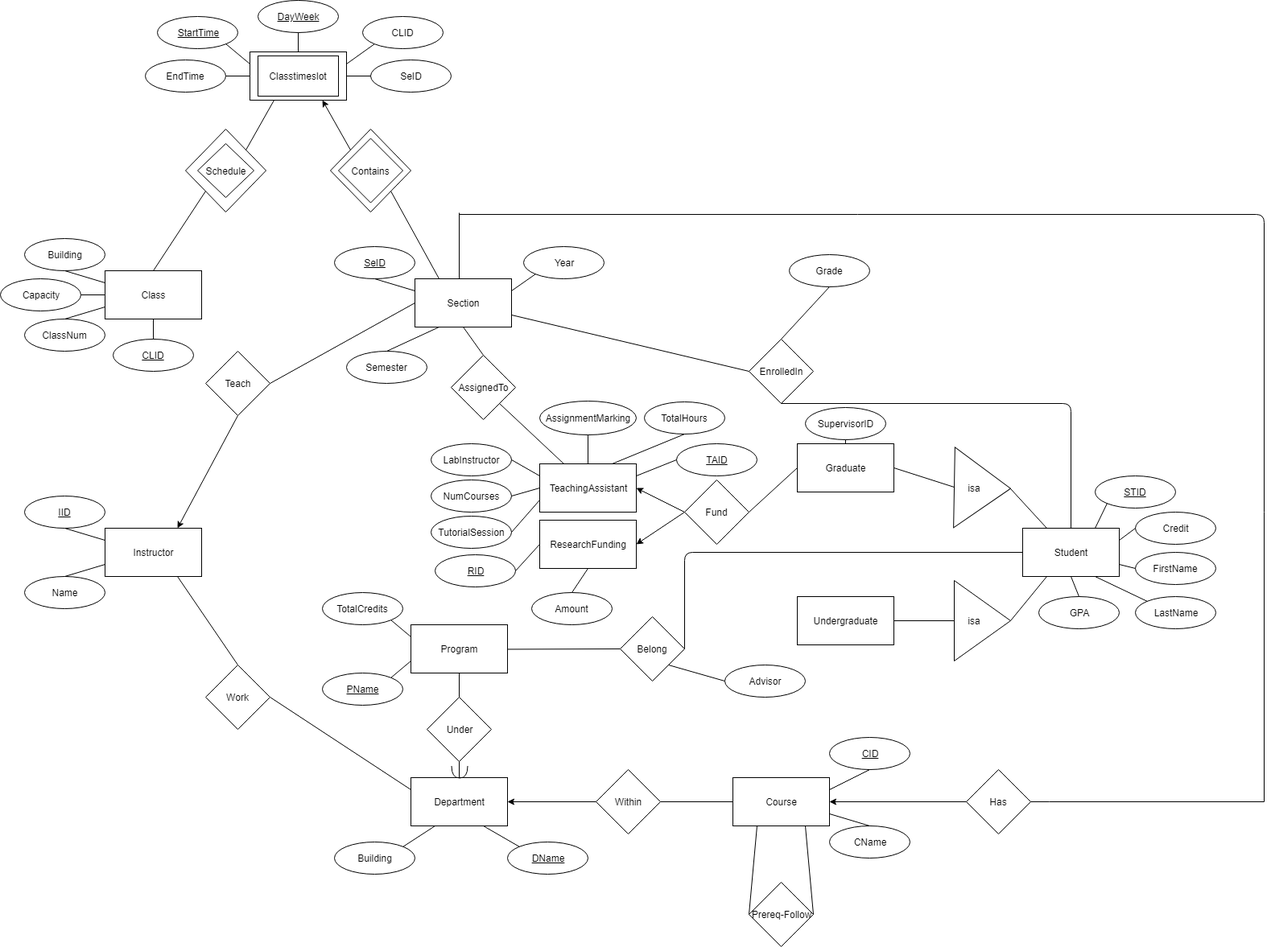
Above: database/Final_Diagram.png in DPigeon/University-Database (draw.io), before the change. Source tidied: cells renumbered, new cells last; positions are measured from the earlier drawing's top-left corner, leaving out a move shared by most shapes.
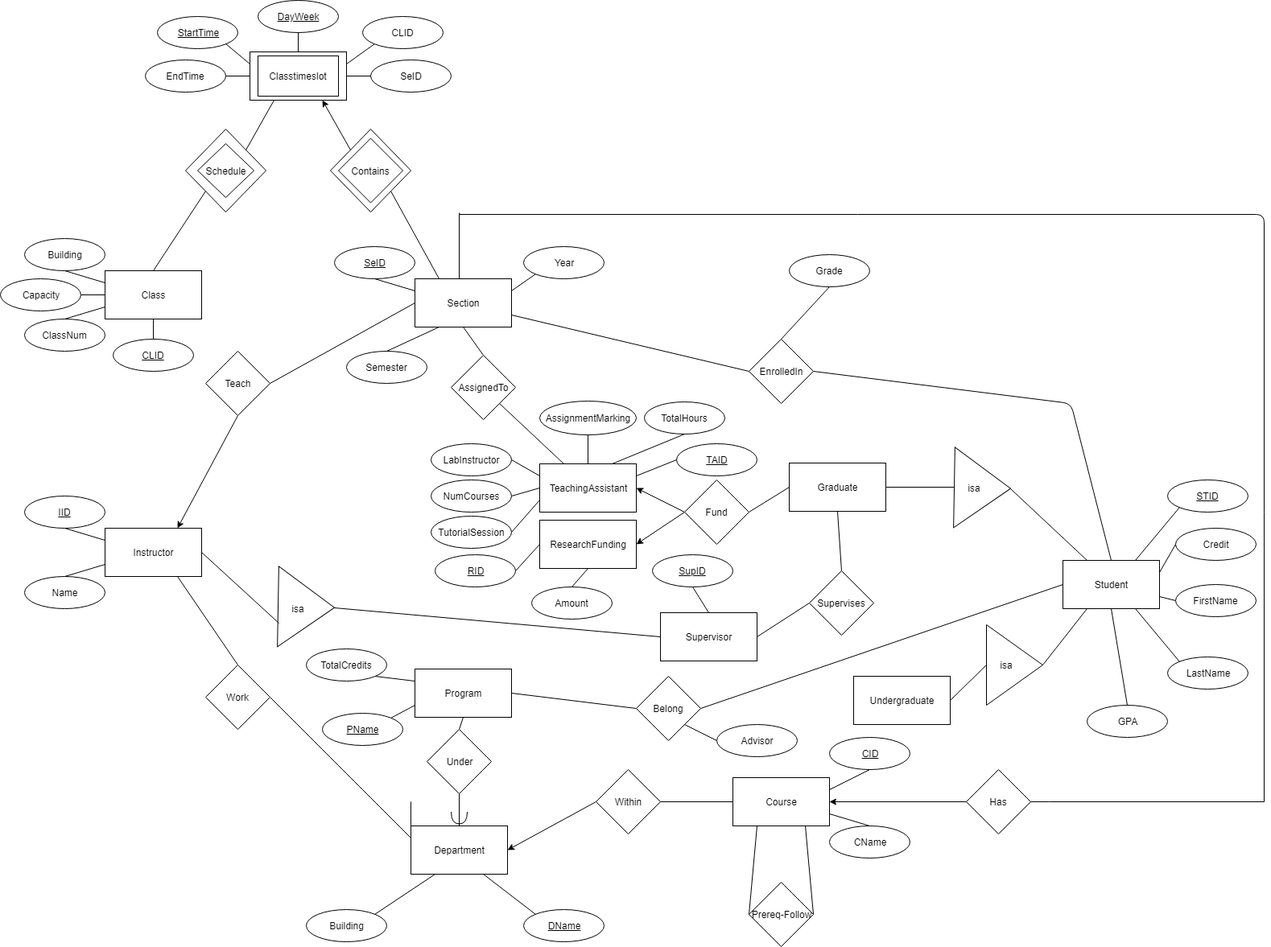
Above is the later version.

Commit message:
Added Supervisor relation in Diagram

Diff of the diagram source:
```diff
@@ -8,16 +8,16 @@
       </mxGeometry>
     </mxCell>
     <mxCell id="3" value="Department" style="rounded=0;whiteSpace=wrap;html=1;" parent="1" vertex="1">
-      <mxGeometry x="510" y="966" width="120" height="60" as="geometry" />
+      <mxGeometry x="510" y="1026" width="120" height="60" as="geometry" />
     </mxCell>
     <mxCell id="4" value="&lt;u&gt;DName&lt;/u&gt;" style="ellipse;whiteSpace=wrap;html=1;" parent="1" vertex="1">
-      <mxGeometry x="630" y="1046" width="100" height="40" as="geometry" />
+      <mxGeometry x="650" y="1130" width="100" height="40" as="geometry" />
     </mxCell>
     <mxCell id="5" style="endArrow=none;html=1;entryX=0;entryY=0;entryDx=0;entryDy=0;exitX=0.75;exitY=1;exitDx=0;exitDy=0;" parent="1" edge="1" source="3" target="4">
       <mxGeometry relative="1" as="geometry" />
     </mxCell>
     <mxCell id="6" value="Building" style="ellipse;whiteSpace=wrap;html=1;" parent="1" vertex="1">
-      <mxGeometry x="415" y="1046" width="100" height="40" as="geometry" />
+      <mxGeometry x="380" y="1130" width="100" height="40" as="geometry" />
     </mxCell>
     <mxCell id="7" style="edgeStyle=orthogonalEdgeStyle;rounded=0;jettySize=auto;html=1;exitX=0;exitY=0.25;exitDx=0;exitDy=0;" parent="1" edge="1" source="8">
       <mxGeometry relative="1" as="geometry">
@@ -73,24 +73,22 @@
       <mxGeometry relative="1" as="geometry" />
     </mxCell>
     <mxCell id="24" value="Student" style="rounded=0;whiteSpace=wrap;html=1;" parent="1" vertex="1">
-      <mxGeometry x="1270" y="656" width="120" height="60" as="geometry" />
+      <mxGeometry x="1320" y="696" width="120" height="60" as="geometry" />
     </mxCell>
-    <mxCell id="25" style="endArrow=none;html=1;entryX=0.5;entryY=0;entryDx=0;entryDy=0;" parent="1" edge="1" target="3">
-      <mxGeometry relative="1" as="geometry">
-        <mxPoint x="570" y="866" as="sourcePoint" />
-      </mxGeometry>
+    <mxCell id="25" style="endArrow=none;html=1;entryX=0.5;entryY=0;entryDx=0;entryDy=0;" parent="1" edge="1" source="110" target="3">
+      <mxGeometry relative="1" as="geometry" />
     </mxCell>
     <mxCell id="26" value="Program" style="rounded=0;whiteSpace=wrap;html=1;" parent="1" vertex="1">
-      <mxGeometry x="510" y="776" width="120" height="60" as="geometry" />
+      <mxGeometry x="515" y="831" width="120" height="60" as="geometry" />
     </mxCell>
     <mxCell id="27" value="&lt;u&gt;STID&lt;/u&gt;" style="ellipse;whiteSpace=wrap;html=1;" parent="1" vertex="1">
-      <mxGeometry x="1360" y="591" width="100" height="40" as="geometry" />
+      <mxGeometry x="1450" y="596" width="100" height="40" as="geometry" />
     </mxCell>
     <mxCell id="28" value="FirstName" style="ellipse;whiteSpace=wrap;html=1;" parent="1" vertex="1">
-      <mxGeometry x="1410" y="686" width="100" height="40" as="geometry" />
+      <mxGeometry x="1459.5" y="726" width="100" height="40" as="geometry" />
     </mxCell>
     <mxCell id="29" value="LastName" style="ellipse;whiteSpace=wrap;html=1;" parent="1" vertex="1">
-      <mxGeometry x="1410" y="741" width="100" height="40" as="geometry" />
+      <mxGeometry x="1450" y="816" width="100" height="40" as="geometry" />
     </mxCell>
     <mxCell id="30" style="endArrow=none;html=1;entryX=0;entryY=0;entryDx=0;entryDy=0;exitX=0.75;exitY=1;exitDx=0;exitDy=0;" parent="1" edge="1" source="24" target="29">
       <mxGeometry relative="1" as="geometry" />
@@ -102,15 +100,13 @@
       <mxGeometry relative="1" as="geometry" />
     </mxCell>
     <mxCell id="33" value="Under" style="rhombus;whiteSpace=wrap;html=1;" parent="1" vertex="1">
-      <mxGeometry x="530" y="866" width="80" height="80" as="geometry" />
+      <mxGeometry x="530" y="906" width="80" height="80" as="geometry" />
     </mxCell>
     <mxCell id="34" style="endArrow=none;html=1;entryX=0.5;entryY=1;entryDx=0;entryDy=0;exitX=0.5;exitY=0;exitDx=0;exitDy=0;" parent="1" edge="1" source="33" target="26">
       <mxGeometry relative="1" as="geometry" />
     </mxCell>
-    <mxCell id="35" style="endArrow=none;html=1;entryX=1;entryY=0.5;entryDx=0;entryDy=0;entryPerimeter=0;exitX=0;exitY=0.5;exitDx=0;exitDy=0;" parent="1" edge="1" source="93">
-      <mxGeometry relative="1" as="geometry">
-        <mxPoint x="629.9" y="806.5" as="targetPoint" />
-      </mxGeometry>
+    <mxCell id="35" style="endArrow=none;html=1;entryX=1;entryY=0.5;entryDx=0;entryDy=0;exitX=0;exitY=0.5;exitDx=0;exitDy=0;" parent="1" edge="1" source="93" target="26">
+      <mxGeometry relative="1" as="geometry" />
     </mxCell>
     <mxCell id="36" style="endArrow=none;html=1;entryX=1;entryY=0.5;entryDx=0;entryDy=0;exitX=0.5;exitY=1;exitDx=0;exitDy=0;exitPerimeter=0;" parent="1" edge="1" source="84" target="90">
       <mxGeometry relative="1" as="geometry" />
@@ -185,7 +181,7 @@
       <mxGeometry relative="1" as="geometry" />
     </mxCell>
     <mxCell id="60" value="&lt;u&gt;PName&lt;/u&gt;" style="ellipse;whiteSpace=wrap;html=1;" parent="1" vertex="1">
-      <mxGeometry x="400" y="836" width="100" height="40" as="geometry" />
+      <mxGeometry x="400" y="886" width="100" height="40" as="geometry" />
     </mxCell>
     <mxCell id="61" style="endArrow=none;html=1;" parent="1" edge="1">
       <mxGeometry relative="1" as="geometry">
@@ -213,10 +209,7 @@
     <mxCell id="66" style="endArrow=classic;html=1;entryX=1;entryY=0.5;entryDx=0;entryDy=0;exitX=0;exitY=0.5;exitDx=0;exitDy=0;" parent="1" edge="1" source="94" target="63">
       <mxGeometry relative="1" as="geometry" />
     </mxCell>
-    <mxCell id="67" value="SupervisorID" style="ellipse;whiteSpace=wrap;html=1;" parent="1" vertex="1">
-      <mxGeometry x="1000" y="506" width="100" height="40" as="geometry" />
-    </mxCell>
-    <mxCell id="68" style="endArrow=none;html=1;entryX=0.5;entryY=1;entryDx=0;entryDy=0;exitX=0.5;exitY=0;exitDx=0;exitDy=0;" parent="1" edge="1" source="24" target="38">
+    <mxCell id="68" style="endArrow=none;html=1;entryX=1;entryY=0.5;entryDx=0;entryDy=0;exitX=0.5;exitY=0;exitDx=0;exitDy=0;" parent="1" edge="1" source="24" target="38">
       <mxGeometry relative="1" as="geometry">
         <Array as="points">
           <mxPoint x="1330" y="501" />
@@ -224,14 +217,11 @@
       </mxGeometry>
     </mxCell>
     <mxCell id="69" value="GPA" style="ellipse;whiteSpace=wrap;html=1;" parent="1" vertex="1">
-      <mxGeometry x="1290" y="741" width="100" height="40" as="geometry" />
+      <mxGeometry x="1350" y="876" width="100" height="40" as="geometry" />
     </mxCell>
     <mxCell id="70" style="endArrow=none;html=1;entryX=0.5;entryY=1;entryDx=0;entryDy=0;exitX=0.5;exitY=0;exitDx=0;exitDy=0;" parent="1" edge="1" source="69" target="24">
       <mxGeometry relative="1" as="geometry" />
     </mxCell>
-    <mxCell id="71" style="endArrow=none;html=1;entryX=0.5;entryY=1;entryDx=0;entryDy=0;exitX=0.5;exitY=0;exitDx=0;exitDy=0;" parent="1" edge="1" source="90" target="67">
-      <mxGeometry relative="1" as="geometry" />
-    </mxCell>
     <mxCell id="72" value="TutorialSession" style="ellipse;whiteSpace=wrap;html=1;" parent="1" vertex="1">
       <mxGeometry x="535" y="641" width="100" height="40" as="geometry" />
     </mxCell>
@@ -272,13 +262,13 @@
       <mxGeometry x="1170" y="571" width="100" height="70" as="geometry" />
     </mxCell>
     <mxCell id="85" style="verticalLabelPosition=bottom;verticalAlign=top;html=1;shape=mxgraph.basic.acute_triangle;dx=0.5;rotation=90;" parent="1" vertex="1">
-      <mxGeometry x="1170" y="736" width="100" height="70" as="geometry" />
+      <mxGeometry x="1210" y="791" width="100" height="70" as="geometry" />
     </mxCell>
     <mxCell id="86" value="isa" style="text;html=1;strokeColor=none;fillColor=none;align=center;verticalAlign=middle;whiteSpace=wrap;rounded=0;" parent="1" vertex="1">
       <mxGeometry x="1190" y="596" width="40" height="20" as="geometry" />
     </mxCell>
     <mxCell id="87" value="isa" style="text;html=1;strokeColor=none;fillColor=none;align=center;verticalAlign=middle;whiteSpace=wrap;rounded=0;" parent="1" vertex="1">
-      <mxGeometry x="1190" y="761" width="40" height="20" as="geometry" />
+      <mxGeometry x="1230" y="816" width="40" height="20" as="geometry" />
     </mxCell>
     <mxCell id="88" style="endArrow=none;html=1;entryX=0;entryY=0;entryDx=50;entryDy=0;entryPerimeter=0;exitX=0.25;exitY=1;exitDx=0;exitDy=0;" parent="1" edge="1" source="24" target="85">
       <mxGeometry relative="1" as="geometry" />
@@ -287,16 +277,16 @@
       <mxGeometry relative="1" as="geometry" />
     </mxCell>
     <mxCell id="90" value="Graduate" style="rounded=0;whiteSpace=wrap;html=1;" parent="1" vertex="1">
-      <mxGeometry x="990" y="551" width="120" height="60" as="geometry" />
+      <mxGeometry x="980" y="575" width="120" height="60" as="geometry" />
     </mxCell>
     <mxCell id="91" value="Undergraduate" style="rounded=0;whiteSpace=wrap;html=1;" parent="1" vertex="1">
-      <mxGeometry x="990" y="741" width="120" height="60" as="geometry" />
+      <mxGeometry x="1060" y="840" width="120" height="60" as="geometry" />
     </mxCell>
     <mxCell id="92" style="endArrow=none;html=1;entryX=0.5;entryY=1;entryDx=0;entryDy=0;entryPerimeter=0;exitX=1;exitY=0.5;exitDx=0;exitDy=0;" parent="1" edge="1" source="91" target="85">
       <mxGeometry relative="1" as="geometry" />
     </mxCell>
     <mxCell id="93" value="Belong" style="rhombus;whiteSpace=wrap;html=1;" parent="1" vertex="1">
-      <mxGeometry x="770" y="766" width="80" height="80" as="geometry" />
+      <mxGeometry x="790" y="840" width="80" height="80" as="geometry" />
     </mxCell>
     <mxCell id="94" value="Fund" style="rhombus;whiteSpace=wrap;html=1;" parent="1" vertex="1">
       <mxGeometry x="850" y="596" width="80" height="80" as="geometry" />
@@ -305,14 +295,10 @@
       <mxGeometry relative="1" as="geometry" />
     </mxCell>
     <mxCell id="96" style="endArrow=none;html=1;entryX=1;entryY=0.5;entryDx=0;entryDy=0;exitX=0;exitY=0.5;exitDx=0;exitDy=0;" parent="1" edge="1" source="24" target="93">
-      <mxGeometry relative="1" as="geometry">
-        <Array as="points">
-          <mxPoint x="850" y="686" />
-        </Array>
-      </mxGeometry>
+      <mxGeometry relative="1" as="geometry" />
     </mxCell>
     <mxCell id="97" value="Credit" style="ellipse;whiteSpace=wrap;html=1;" parent="1" vertex="1">
-      <mxGeometry x="1410" y="636" width="100" height="40" as="geometry" />
+      <mxGeometry x="1459.5" y="656" width="100" height="40" as="geometry" />
     </mxCell>
     <mxCell id="98" style="endArrow=none;html=1;entryX=0;entryY=0.5;entryDx=0;entryDy=0;exitX=1;exitY=0.25;exitDx=0;exitDy=0;" parent="1" edge="1" source="24" target="97">
       <mxGeometry relative="1" as="geometry" />
@@ -353,14 +339,11 @@
     <mxCell id="109" style="endArrow=none;html=1;entryX=0.5;entryY=1;entryDx=0;entryDy=0;exitX=0.5;exitY=0;exitDx=0;exitDy=0;" parent="1" edge="1" source="108" target="51">
       <mxGeometry relative="1" as="geometry" />
     </mxCell>
-    <mxCell id="110" style="shape=requiredInterface;html=1;verticalLabelPosition=bottom;rotation=90;" parent="1" vertex="1">
-      <mxGeometry x="563" y="949" width="15" height="20" as="geometry" />
-    </mxCell>
     <mxCell id="111" style="endArrow=none;html=1;entryX=0;entryY=0.25;entryDx=0;entryDy=0;exitX=1;exitY=1;exitDx=0;exitDy=0;" parent="1" edge="1" source="112" target="26">
       <mxGeometry relative="1" as="geometry" />
     </mxCell>
     <mxCell id="112" value="TotalCredits" style="ellipse;whiteSpace=wrap;html=1;" parent="1" vertex="1">
-      <mxGeometry x="400" y="736" width="100" height="40" as="geometry" />
+      <mxGeometry x="380" y="806" width="100" height="40" as="geometry" />
     </mxCell>
     <mxCell id="113" style="endArrow=classic;html=1;entryX=0.75;entryY=1;entryDx=0;entryDy=0;exitX=0;exitY=0;exitDx=0;exitDy=0;" parent="1" edge="1" source="50" target="52">
       <mxGeometry relative="1" as="geometry" />
@@ -381,13 +364,13 @@
       <mxGeometry relative="1" as="geometry" />
     </mxCell>
     <mxCell id="119" value="Advisor" style="ellipse;whiteSpace=wrap;html=1;" parent="1" vertex="1">
-      <mxGeometry x="900" y="826" width="100" height="40" as="geometry" />
+      <mxGeometry x="890" y="900" width="100" height="40" as="geometry" />
     </mxCell>
     <mxCell id="120" style="endArrow=none;html=1;entryX=0.5;entryY=1;entryDx=0;entryDy=0;exitX=0.5;exitY=0;exitDx=0;exitDy=0;" parent="1" edge="1" source="52" target="116">
       <mxGeometry relative="1" as="geometry" />
     </mxCell>
     <mxCell id="121" value="Amount" style="ellipse;whiteSpace=wrap;html=1;" parent="1" vertex="1">
-      <mxGeometry x="659.5" y="736" width="100" height="40" as="geometry" />
+      <mxGeometry x="659.5" y="728.5" width="100" height="40" as="geometry" />
     </mxCell>
     <mxCell id="122" style="endArrow=none;html=1;entryX=0.5;entryY=1;entryDx=0;entryDy=0;exitX=0.5;exitY=0;exitDx=0;exitDy=0;" parent="1" edge="1" source="121" target="63">
       <mxGeometry relative="1" as="geometry" />
@@ -437,5 +420,41 @@
     <mxCell id="137" style="endArrow=none;html=1;entryX=0.5;entryY=0;entryDx=0;entryDy=0;exitX=0.5;exitY=1;exitDx=0;exitDy=0;" parent="1" edge="1" source="37" target="135">
       <mxGeometry relative="1" as="geometry" />
     </mxCell>
+    <mxCell id="110" style="shape=requiredInterface;html=1;verticalLabelPosition=bottom;rotation=90;" parent="1" vertex="1">
+      <mxGeometry x="562.5" y="1006" width="15" height="20" as="geometry" />
+    </mxCell>
+    <mxCell id="138" style="endArrow=none;html=1;exitX=1;exitY=0.5;exitDx=0;exitDy=0;exitPerimeter=0;entryX=0.5;entryY=1;entryDx=0;entryDy=0;" parent="1" edge="1" source="110" target="33">
+      <mxGeometry relative="1" as="geometry" />
+    </mxCell>
+    <mxCell id="139" style="endArrow=none;html=1;entryX=0.5;entryY=1;entryDx=0;entryDy=0;exitX=0.5;exitY=0;exitDx=0;exitDy=0;" parent="1" edge="1" source="140" target="90">
+      <mxGeometry relative="1" as="geometry" />
+    </mxCell>
+    <mxCell id="140" value="Supervises" style="rhombus;whiteSpace=wrap;html=1;" parent="1" vertex="1">
+      <mxGeometry x="1005" y="709" width="80" height="80" as="geometry" />
+    </mxCell>
+    <mxCell id="141" style="endArrow=none;html=1;entryX=0;entryY=0.5;entryDx=0;entryDy=0;exitX=1;exitY=0.5;exitDx=0;exitDy=0;" parent="1" edge="1" source="142" target="140">
+      <mxGeometry relative="1" as="geometry" />
+    </mxCell>
+    <mxCell id="142" value="Supervisor" style="rounded=0;whiteSpace=wrap;html=1;" parent="1" vertex="1">
+      <mxGeometry x="820" y="761" width="120" height="60" as="geometry" />
+    </mxCell>
+    <mxCell id="143" value="&lt;u&gt;SupID&lt;br&gt;&lt;/u&gt;" style="ellipse;whiteSpace=wrap;html=1;" parent="1" vertex="1">
+      <mxGeometry x="810" y="689" width="100" height="40" as="geometry" />
+    </mxCell>
+    <mxCell id="144" style="endArrow=none;html=1;entryX=0.5;entryY=1;entryDx=0;entryDy=0;exitX=0.5;exitY=0;exitDx=0;exitDy=0;" parent="1" edge="1" source="142" target="143">
+      <mxGeometry relative="1" as="geometry" />
+    </mxCell>
+    <mxCell id="145" style="verticalLabelPosition=bottom;verticalAlign=top;html=1;shape=mxgraph.basic.acute_triangle;dx=0.5;rotation=91;" parent="1" vertex="1">
+      <mxGeometry x="330" y="719" width="100" height="70" as="geometry" />
+    </mxCell>
+    <mxCell id="146" value="isa" style="text;html=1;strokeColor=none;fillColor=none;align=center;verticalAlign=middle;whiteSpace=wrap;rounded=0;" parent="1" vertex="1">
+      <mxGeometry x="350" y="746" width="40" height="20" as="geometry" />
+    </mxCell>
+    <mxCell id="147" style="endArrow=none;html=1;entryX=0;entryY=0.5;entryDx=0;entryDy=0;exitX=0;exitY=0;exitDx=50;exitDy=0;exitPerimeter=0;" parent="1" edge="1" source="145" target="142">
+      <mxGeometry relative="1" as="geometry" />
+    </mxCell>
+    <mxCell id="148" style="endArrow=none;html=1;exitX=1;exitY=0.5;exitDx=0;exitDy=0;entryX=0.705;entryY=0.981;entryDx=0;entryDy=0;entryPerimeter=0;" parent="1" edge="1" source="19" target="145">
+      <mxGeometry relative="1" as="geometry" />
+    </mxCell>
   </root>
 </mxGraphModel>
```
